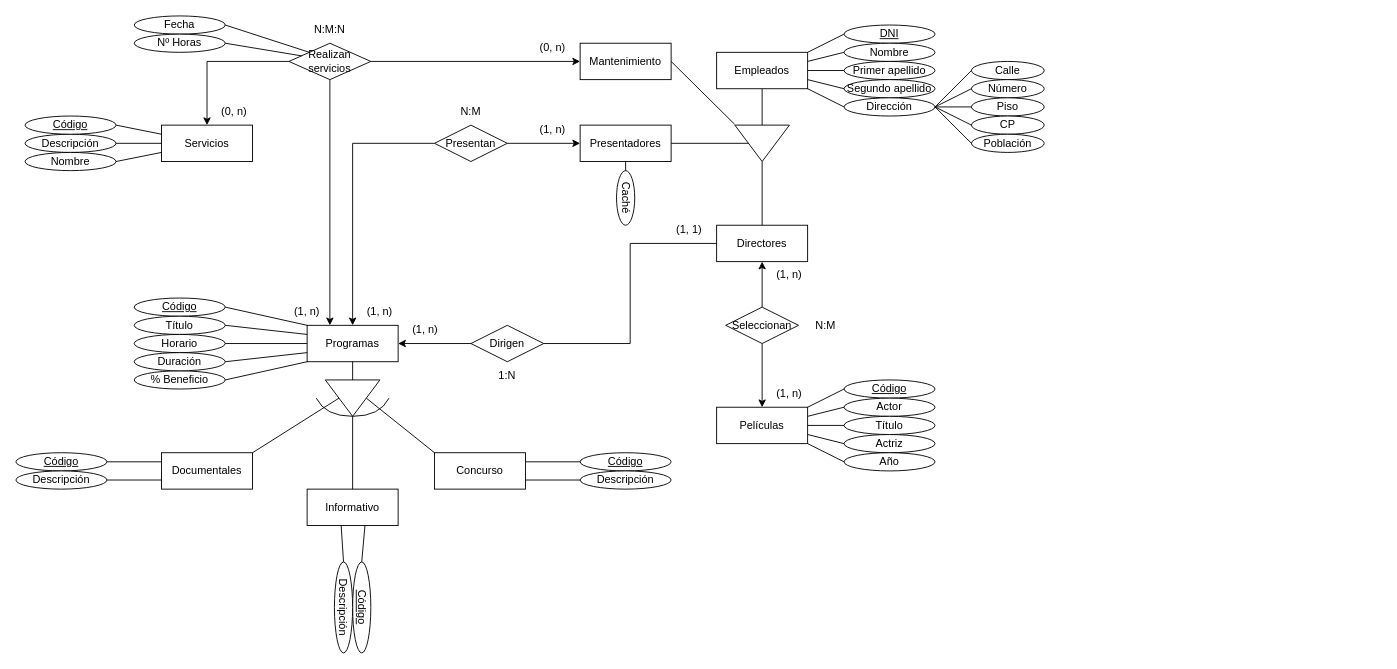
Before: page "Página-2" (2 of 3) of Ejercicios_Repaso.drawio in Lioteronn/erp-diagrams, a draw.io diagram. Source tidied: cells renumbered, new cells numbered last; positions are measured from the earlier drawing's top-left corner, leaving out a move shared by most shapes. Both pictures are drawn from the tidied source at 91%, with x=0, y=0 at pixel (15, 15).
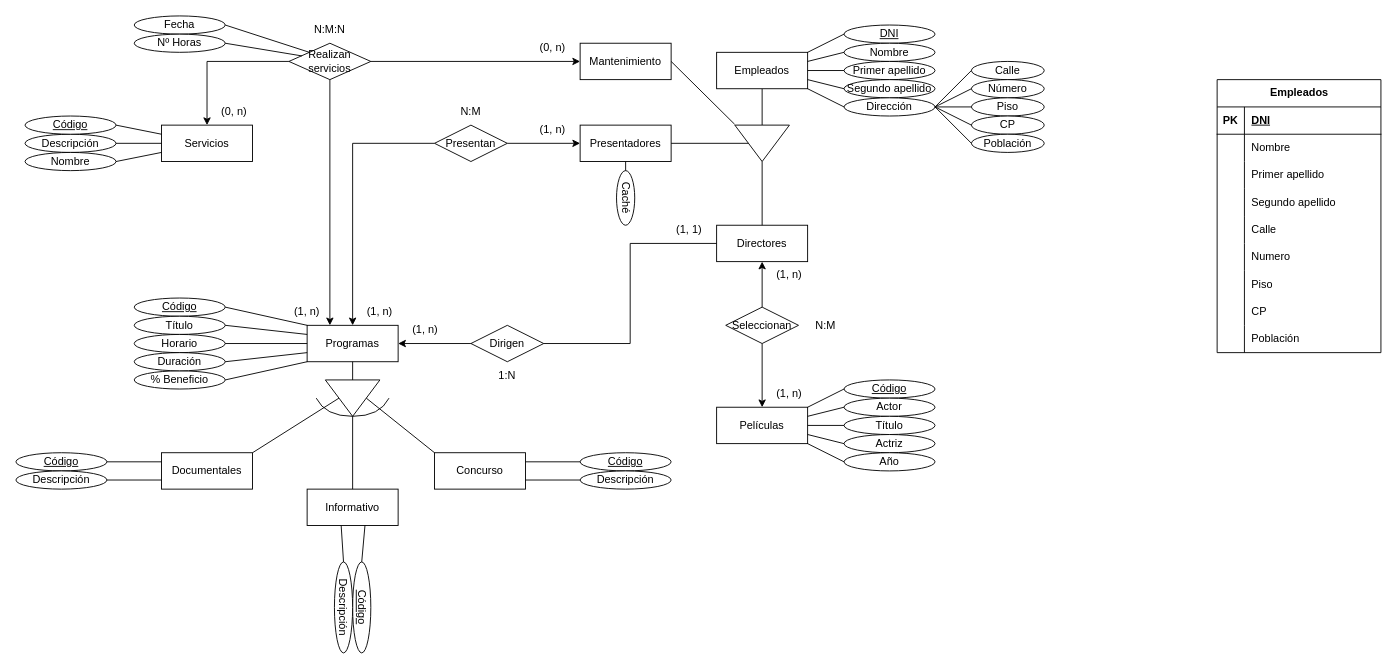
Above is the later version.

The edit, as a diff of the source:
```diff
@@
+    <mxCell id="113" value="Empleados" style="shape=table;startSize=30;childLayout=tableLayout;rowLines=0;fontStyle=1;align=center;html=1;" parent="1" vertex="1">
+      <mxGeometry x="1320" y="70" width="180" height="300" as="geometry" />
+    </mxCell>
+    <mxCell id="114" style="shape=tableRow;horizontal=0;startSize=0;swimlaneHead=0;swimlaneBody=0;fillColor=none;top=0;left=0;right=0;bottom=1;" parent="113" vertex="1">
+      <mxGeometry y="30" width="180" height="30" as="geometry" />
+    </mxCell>
+    <mxCell id="115" value="PK" style="shape=partialRectangle;fillColor=none;top=0;left=0;bottom=0;right=0;fontStyle=1;overflow=hidden;whiteSpace=wrap;html=1;" parent="114" vertex="1">
+      <mxGeometry width="30" height="30" as="geometry" />
+    </mxCell>
+    <mxCell id="116" value="DNI" style="shape=partialRectangle;fillColor=none;top=0;left=0;bottom=0;right=0;align=left;spacingLeft=6;fontStyle=5;overflow=hidden;whiteSpace=wrap;html=1;" parent="114" vertex="1">
+      <mxGeometry x="30" width="150" height="30" as="geometry" />
+    </mxCell>
+    <mxCell id="117" style="shape=tableRow;horizontal=0;startSize=0;swimlaneHead=0;swimlaneBody=0;fillColor=none;top=0;left=0;right=0;bottom=0;" parent="113" vertex="1">
+      <mxGeometry y="60" width="180" height="30" as="geometry" />
+    </mxCell>
+    <mxCell id="118" style="shape=partialRectangle;fillColor=none;top=0;left=0;bottom=0;right=0;overflow=hidden;whiteSpace=wrap;html=1;" parent="117" vertex="1">
+      <mxGeometry width="30" height="30" as="geometry" />
+    </mxCell>
+    <mxCell id="119" value="Nombre&lt;span style=&quot;white-space: pre;&quot;&gt;&#9;&lt;/span&gt;" style="shape=partialRectangle;fillColor=none;top=0;left=0;bottom=0;right=0;align=left;spacingLeft=6;overflow=hidden;whiteSpace=wrap;html=1;" parent="117" vertex="1">
+      <mxGeometry x="30" width="150" height="30" as="geometry" />
+    </mxCell>
+    <mxCell id="120" style="shape=tableRow;horizontal=0;startSize=0;swimlaneHead=0;swimlaneBody=0;fillColor=none;top=0;left=0;right=0;bottom=0;" parent="113" vertex="1">
+      <mxGeometry y="90" width="180" height="30" as="geometry" />
+    </mxCell>
+    <mxCell id="121" style="shape=partialRectangle;fillColor=none;top=0;left=0;bottom=0;right=0;overflow=hidden;whiteSpace=wrap;html=1;" parent="120" vertex="1">
+      <mxGeometry width="30" height="30" as="geometry" />
+    </mxCell>
+    <mxCell id="122" value="Primer apellido" style="shape=partialRectangle;fillColor=none;top=0;left=0;bottom=0;right=0;align=left;spacingLeft=6;overflow=hidden;whiteSpace=wrap;html=1;" parent="120" vertex="1">
+      <mxGeometry x="30" width="150" height="30" as="geometry" />
+    </mxCell>
+    <mxCell id="123" style="shape=tableRow;horizontal=0;startSize=0;swimlaneHead=0;swimlaneBody=0;fillColor=none;top=0;left=0;right=0;bottom=0;" parent="113" vertex="1">
+      <mxGeometry y="120" width="180" height="30" as="geometry" />
+    </mxCell>
+    <mxCell id="124" style="shape=partialRectangle;fillColor=none;top=0;left=0;bottom=0;right=0;overflow=hidden;whiteSpace=wrap;html=1;" parent="123" vertex="1">
+      <mxGeometry width="30" height="30" as="geometry" />
+    </mxCell>
+    <mxCell id="125" value="Segundo apellido" style="shape=partialRectangle;fillColor=none;top=0;left=0;bottom=0;right=0;align=left;spacingLeft=6;overflow=hidden;whiteSpace=wrap;html=1;" parent="123" vertex="1">
+      <mxGeometry x="30" width="150" height="30" as="geometry" />
+    </mxCell>
+    <mxCell id="126" style="shape=tableRow;horizontal=0;startSize=0;swimlaneHead=0;swimlaneBody=0;fillColor=none;top=0;left=0;right=0;bottom=0;" parent="113" vertex="1">
+      <mxGeometry y="150" width="180" height="30" as="geometry" />
+    </mxCell>
+    <mxCell id="127" style="shape=partialRectangle;fillColor=none;top=0;left=0;bottom=0;right=0;overflow=hidden;whiteSpace=wrap;html=1;" parent="126" vertex="1">
+      <mxGeometry width="30" height="30" as="geometry" />
+    </mxCell>
+    <mxCell id="128" value="Calle" style="shape=partialRectangle;fillColor=none;top=0;left=0;bottom=0;right=0;align=left;spacingLeft=6;overflow=hidden;whiteSpace=wrap;html=1;" parent="126" vertex="1">
+      <mxGeometry x="30" width="150" height="30" as="geometry" />
+    </mxCell>
+    <mxCell id="129" style="shape=tableRow;horizontal=0;startSize=0;swimlaneHead=0;swimlaneBody=0;fillColor=none;top=0;left=0;right=0;bottom=0;" parent="113" vertex="1">
+      <mxGeometry y="180" width="180" height="30" as="geometry" />
+    </mxCell>
+    <mxCell id="130" style="shape=partialRectangle;fillColor=none;top=0;left=0;bottom=0;right=0;overflow=hidden;whiteSpace=wrap;html=1;" parent="129" vertex="1">
+      <mxGeometry width="30" height="30" as="geometry" />
+    </mxCell>
+    <mxCell id="131" value="Numero" style="shape=partialRectangle;fillColor=none;top=0;left=0;bottom=0;right=0;align=left;spacingLeft=6;overflow=hidden;whiteSpace=wrap;html=1;" parent="129" vertex="1">
+      <mxGeometry x="30" width="150" height="30" as="geometry" />
+    </mxCell>
+    <mxCell id="132" style="shape=tableRow;horizontal=0;startSize=0;swimlaneHead=0;swimlaneBody=0;fillColor=none;top=0;left=0;right=0;bottom=0;" parent="113" vertex="1">
+      <mxGeometry y="210" width="180" height="30" as="geometry" />
+    </mxCell>
+    <mxCell id="133" style="shape=partialRectangle;fillColor=none;top=0;left=0;bottom=0;right=0;overflow=hidden;whiteSpace=wrap;html=1;" parent="132" vertex="1">
+      <mxGeometry width="30" height="30" as="geometry" />
+    </mxCell>
+    <mxCell id="134" value="Piso" style="shape=partialRectangle;fillColor=none;top=0;left=0;bottom=0;right=0;align=left;spacingLeft=6;overflow=hidden;whiteSpace=wrap;html=1;" parent="132" vertex="1">
+      <mxGeometry x="30" width="150" height="30" as="geometry" />
+    </mxCell>
+    <mxCell id="135" style="shape=tableRow;horizontal=0;startSize=0;swimlaneHead=0;swimlaneBody=0;fillColor=none;top=0;left=0;right=0;bottom=0;" parent="113" vertex="1">
+      <mxGeometry y="240" width="180" height="30" as="geometry" />
+    </mxCell>
+    <mxCell id="136" style="shape=partialRectangle;fillColor=none;top=0;left=0;bottom=0;right=0;overflow=hidden;whiteSpace=wrap;html=1;" parent="135" vertex="1">
+      <mxGeometry width="30" height="30" as="geometry" />
+    </mxCell>
+    <mxCell id="137" value="CP" style="shape=partialRectangle;fillColor=none;top=0;left=0;bottom=0;right=0;align=left;spacingLeft=6;overflow=hidden;whiteSpace=wrap;html=1;" parent="135" vertex="1">
+      <mxGeometry x="30" width="150" height="30" as="geometry" />
+    </mxCell>
+    <mxCell id="138" style="shape=tableRow;horizontal=0;startSize=0;swimlaneHead=0;swimlaneBody=0;fillColor=none;top=0;left=0;right=0;bottom=0;" parent="113" vertex="1">
+      <mxGeometry y="270" width="180" height="30" as="geometry" />
+    </mxCell>
+    <mxCell id="139" style="shape=partialRectangle;fillColor=none;top=0;left=0;bottom=0;right=0;overflow=hidden;whiteSpace=wrap;html=1;" parent="138" vertex="1">
+      <mxGeometry width="30" height="30" as="geometry" />
+    </mxCell>
+    <mxCell id="140" value="Población" style="shape=partialRectangle;fillColor=none;top=0;left=0;bottom=0;right=0;align=left;spacingLeft=6;overflow=hidden;whiteSpace=wrap;html=1;" parent="138" vertex="1">
+      <mxGeometry x="30" width="150" height="30" as="geometry" />
+    </mxCell>
```
